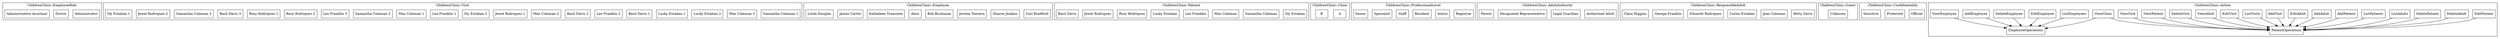
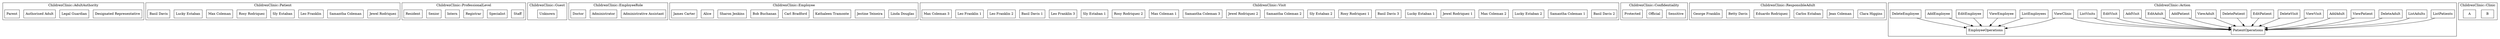
strict digraph {
	ordering="out"
	node[shape=box]
- 	subgraph "cluster_ChildrenClinic::EmployeeRole" {
- 		label="ChildrenClinic::EmployeeRole"
- 		"ChildrenClinic::EmployeeRole::\"Administrator\"" [label="Administrator"]
- 		"ChildrenClinic::EmployeeRole::\"Doctor\"" [label="Doctor"]
- 		"ChildrenClinic::EmployeeRole::\"Administrative Assistant\"" [label="Administrative Assistant"]
- 	}
- 	subgraph "cluster_ChildrenClinic::Visit" {
- 		label="ChildrenClinic::Visit"
- 		"ChildrenClinic::Visit::\"Samantha Coleman 1\"" [label="Samantha Coleman 1"]
- 		"ChildrenClinic::Visit::\"Max Coleman 3\"" [label="Max Coleman 3"]
- 		"ChildrenClinic::Visit::\"Lucky Estaban 2\"" [label="Lucky Estaban 2"]
- 		"ChildrenClinic::Visit::\"Lucky Estaban 1\"" [label="Lucky Estaban 1"]
- 		"ChildrenClinic::Visit::\"Basil Davis 1\"" [label="Basil Davis 1"]
- 		"ChildrenClinic::Visit::\"Leo Franklin 2\"" [label="Leo Franklin 2"]
- 		"ChildrenClinic::Visit::\"Basil Davis 2\"" [label="Basil Davis 2"]
- 		"ChildrenClinic::Visit::\"Max Coleman 2\"" [label="Max Coleman 2"]
- 		"ChildrenClinic::Visit::\"Jewel Rodriquez 1\"" [label="Jewel Rodriquez 1"]
- 		"ChildrenClinic::Visit::\"Sly Estaban 2\"" [label="Sly Estaban 2"]
- 		"ChildrenClinic::Visit::\"Leo Franklin 1\"" [label="Leo Franklin 1"]
- 		"ChildrenClinic::Visit::\"Max Coleman 1\"" [label="Max Coleman 1"]
- 		"ChildrenClinic::Visit::\"Samantha Coleman 2\"" [label="Samantha Coleman 2"]
- 		"ChildrenClinic::Visit::\"Leo Franklin 3\"" [label="Leo Franklin 3"]
- 		"ChildrenClinic::Visit::\"Rosy Rodriquez 2\"" [label="Rosy Rodriquez 2"]
- 		"ChildrenClinic::Visit::\"Rosy Rodriquez 1\"" [label="Rosy Rodriquez 1"]
- 		"ChildrenClinic::Visit::\"Basil Davis 3\"" [label="Basil Davis 3"]
- 		"ChildrenClinic::Visit::\"Samantha Coleman 3\"" [label="Samantha Coleman 3"]
- 		"ChildrenClinic::Visit::\"Jewel Rodriquez 2\"" [label="Jewel Rodriquez 2"]
- 		"ChildrenClinic::Visit::\"Sly Estaban 1\"" [label="Sly Estaban 1"]
- 	}
- 	subgraph "cluster_ChildrenClinic::Employee" {
- 		label="ChildrenClinic::Employee"
- 		"ChildrenClinic::Employee::\"Carl Bradford\"" [label="Carl Bradford"]
- 		"ChildrenClinic::Employee::\"Sharon Jenkins\"" [label="Sharon Jenkins"]
- 		"ChildrenClinic::Employee::\"Jestine Teixeira\"" [label="Jestine Teixeira"]
- 		"ChildrenClinic::Employee::\"Bob Buchanan\"" [label="Bob Buchanan"]
- 		"ChildrenClinic::Employee::\"Alice\"" [label="Alice"]
- 		"ChildrenClinic::Employee::\"Kathaleen Tramonte\"" [label="Kathaleen Tramonte"]
- 		"ChildrenClinic::Employee::\"James Carter\"" [label="James Carter"]
- 		"ChildrenClinic::Employee::\"Linda Douglas\"" [label="Linda Douglas"]
+ 	subgraph "cluster_ChildrenClinic::AdultAuthority" {
+ 		label="ChildrenClinic::AdultAuthority"
+ 		"ChildrenClinic::AdultAuthority::\"Designated Representative\"" [label="Designated Representative"]
+ 		"ChildrenClinic::AdultAuthority::\"Legal Guardian\"" [label="Legal Guardian"]
+ 		"ChildrenClinic::AdultAuthority::\"Authorised Adult\"" [label="Authorised Adult"]
+ 		"ChildrenClinic::AdultAuthority::\"Parent\"" [label="Parent"]
	}
	subgraph "cluster_ChildrenClinic::Patient" {
		label="ChildrenClinic::Patient"
+ 		"ChildrenClinic::Patient::\"Jewel Rodriquez\"" [label="Jewel Rodriquez"]
+ 		"ChildrenClinic::Patient::\"Samantha Coleman\"" [label="Samantha Coleman"]
+ 		"ChildrenClinic::Patient::\"Leo Franklin\"" [label="Leo Franklin"]
		"ChildrenClinic::Patient::\"Sly Estaban\"" [label="Sly Estaban"]
- 		"ChildrenClinic::Patient::\"Samantha Coleman\"" [label="Samantha Coleman"]
+ 		"ChildrenClinic::Patient::\"Rosy Rodriquez\"" [label="Rosy Rodriquez"]
		"ChildrenClinic::Patient::\"Max Coleman\"" [label="Max Coleman"]
- 		"ChildrenClinic::Patient::\"Leo Franklin\"" [label="Leo Franklin"]
		"ChildrenClinic::Patient::\"Lucky Estaban\"" [label="Lucky Estaban"]
- 		"ChildrenClinic::Patient::\"Rosy Rodriquez\"" [label="Rosy Rodriquez"]
- 		"ChildrenClinic::Patient::\"Jewel Rodriquez\"" [label="Jewel Rodriquez"]
		"ChildrenClinic::Patient::\"Basil Davis\"" [label="Basil Davis"]
- 	}
- 	subgraph "cluster_ChildrenClinic::Clinic" {
- 		label="ChildrenClinic::Clinic"
- 		"ChildrenClinic::Clinic::\"A\"" [label="A"]
- 		"ChildrenClinic::Clinic::\"B\"" [label="B"]
	}
	subgraph "cluster_ChildrenClinic::ProfessionalLevel" {
		label="ChildrenClinic::ProfessionalLevel"
+ 		"ChildrenClinic::ProfessionalLevel::\"Staff\"" [label="Staff"]
+ 		"ChildrenClinic::ProfessionalLevel::\"Specialist\"" [label="Specialist"]
		"ChildrenClinic::ProfessionalLevel::\"Registrar\"" [label="Registrar"]
		"ChildrenClinic::ProfessionalLevel::\"Intern\"" [label="Intern"]
+ 		"ChildrenClinic::ProfessionalLevel::\"Senior\"" [label="Senior"]
		"ChildrenClinic::ProfessionalLevel::\"Resident\"" [label="Resident"]
- 		"ChildrenClinic::ProfessionalLevel::\"Staff\"" [label="Staff"]
- 		"ChildrenClinic::ProfessionalLevel::\"Specialist\"" [label="Specialist"]
- 		"ChildrenClinic::ProfessionalLevel::\"Senior\"" [label="Senior"]
- 	}
- 	subgraph "cluster_ChildrenClinic::AdultAuthority" {
- 		label="ChildrenClinic::AdultAuthority"
- 		"ChildrenClinic::AdultAuthority::\"Authorised Adult\"" [label="Authorised Adult"]
- 		"ChildrenClinic::AdultAuthority::\"Legal Guardian\"" [label="Legal Guardian"]
- 		"ChildrenClinic::AdultAuthority::\"Designated Representative\"" [label="Designated Representative"]
- 		"ChildrenClinic::AdultAuthority::\"Parent\"" [label="Parent"]
- 	}
- 	subgraph "cluster_ChildrenClinic::ResponsibleAdult" {
- 		label="ChildrenClinic::ResponsibleAdult"
- 		"ChildrenClinic::ResponsibleAdult::\"Betty Davis\"" [label="Betty Davis"]
- 		"ChildrenClinic::ResponsibleAdult::\"Jean Coleman\"" [label="Jean Coleman"]
- 		"ChildrenClinic::ResponsibleAdult::\"Carlos Estaban\"" [label="Carlos Estaban"]
- 		"ChildrenClinic::ResponsibleAdult::\"Eduardo Rodriquez\"" [label="Eduardo Rodriquez"]
- 		"ChildrenClinic::ResponsibleAdult::\"George Franklin\"" [label="George Franklin"]
- 		"ChildrenClinic::ResponsibleAdult::\"Clara Higgins\"" [label="Clara Higgins"]
	}
	subgraph "cluster_ChildrenClinic::Guest" {
		label="ChildrenClinic::Guest"
		"ChildrenClinic::Guest::\"Unknown\"" [label="Unknown"]
	}
+ 	subgraph "cluster_ChildrenClinic::EmployeeRole" {
+ 		label="ChildrenClinic::EmployeeRole"
+ 		"ChildrenClinic::EmployeeRole::\"Administrative Assistant\"" [label="Administrative Assistant"]
+ 		"ChildrenClinic::EmployeeRole::\"Administrator\"" [label="Administrator"]
+ 		"ChildrenClinic::EmployeeRole::\"Doctor\"" [label="Doctor"]
+ 	}
+ 	subgraph "cluster_ChildrenClinic::Employee" {
+ 		label="ChildrenClinic::Employee"
+ 		"ChildrenClinic::Employee::\"Linda Douglas\"" [label="Linda Douglas"]
+ 		"ChildrenClinic::Employee::\"Jestine Teixeira\"" [label="Jestine Teixeira"]
+ 		"ChildrenClinic::Employee::\"Kathaleen Tramonte\"" [label="Kathaleen Tramonte"]
+ 		"ChildrenClinic::Employee::\"Carl Bradford\"" [label="Carl Bradford"]
+ 		"ChildrenClinic::Employee::\"Bob Buchanan\"" [label="Bob Buchanan"]
+ 		"ChildrenClinic::Employee::\"Sharon Jenkins\"" [label="Sharon Jenkins"]
+ 		"ChildrenClinic::Employee::\"Alice\"" [label="Alice"]
+ 		"ChildrenClinic::Employee::\"James Carter\"" [label="James Carter"]
+ 	}
+ 	subgraph "cluster_ChildrenClinic::Visit" {
+ 		label="ChildrenClinic::Visit"
+ 		"ChildrenClinic::Visit::\"Basil Davis 2\"" [label="Basil Davis 2"]
+ 		"ChildrenClinic::Visit::\"Samantha Coleman 1\"" [label="Samantha Coleman 1"]
+ 		"ChildrenClinic::Visit::\"Lucky Estaban 2\"" [label="Lucky Estaban 2"]
+ 		"ChildrenClinic::Visit::\"Max Coleman 2\"" [label="Max Coleman 2"]
+ 		"ChildrenClinic::Visit::\"Jewel Rodriquez 1\"" [label="Jewel Rodriquez 1"]
+ 		"ChildrenClinic::Visit::\"Lucky Estaban 1\"" [label="Lucky Estaban 1"]
+ 		"ChildrenClinic::Visit::\"Basil Davis 3\"" [label="Basil Davis 3"]
+ 		"ChildrenClinic::Visit::\"Rosy Rodriquez 1\"" [label="Rosy Rodriquez 1"]
+ 		"ChildrenClinic::Visit::\"Sly Estaban 2\"" [label="Sly Estaban 2"]
+ 		"ChildrenClinic::Visit::\"Samantha Coleman 2\"" [label="Samantha Coleman 2"]
+ 		"ChildrenClinic::Visit::\"Jewel Rodriquez 2\"" [label="Jewel Rodriquez 2"]
+ 		"ChildrenClinic::Visit::\"Samantha Coleman 3\"" [label="Samantha Coleman 3"]
+ 		"ChildrenClinic::Visit::\"Max Coleman 1\"" [label="Max Coleman 1"]
+ 		"ChildrenClinic::Visit::\"Rosy Rodriquez 2\"" [label="Rosy Rodriquez 2"]
+ 		"ChildrenClinic::Visit::\"Sly Estaban 1\"" [label="Sly Estaban 1"]
+ 		"ChildrenClinic::Visit::\"Leo Franklin 3\"" [label="Leo Franklin 3"]
+ 		"ChildrenClinic::Visit::\"Basil Davis 1\"" [label="Basil Davis 1"]
+ 		"ChildrenClinic::Visit::\"Leo Franklin 2\"" [label="Leo Franklin 2"]
+ 		"ChildrenClinic::Visit::\"Leo Franklin 1\"" [label="Leo Franklin 1"]
+ 		"ChildrenClinic::Visit::\"Max Coleman 3\"" [label="Max Coleman 3"]
+ 	}
	subgraph "cluster_ChildrenClinic::Confidentiality" {
		label="ChildrenClinic::Confidentiality"
+ 		"ChildrenClinic::Confidentiality::\"Sensitive\"" [label="Sensitive"]
		"ChildrenClinic::Confidentiality::\"Official\"" [label="Official"]
		"ChildrenClinic::Confidentiality::\"Protected\"" [label="Protected"]
- 		"ChildrenClinic::Confidentiality::\"Sensitive\"" [label="Sensitive"]
+ 	}
+ 	subgraph "cluster_ChildrenClinic::ResponsibleAdult" {
+ 		label="ChildrenClinic::ResponsibleAdult"
+ 		"ChildrenClinic::ResponsibleAdult::\"Clara Higgins\"" [label="Clara Higgins"]
+ 		"ChildrenClinic::ResponsibleAdult::\"Jean Coleman\"" [label="Jean Coleman"]
+ 		"ChildrenClinic::ResponsibleAdult::\"Carlos Estaban\"" [label="Carlos Estaban"]
+ 		"ChildrenClinic::ResponsibleAdult::\"Eduardo Rodriquez\"" [label="Eduardo Rodriquez"]
+ 		"ChildrenClinic::ResponsibleAdult::\"Betty Davis\"" [label="Betty Davis"]
+ 		"ChildrenClinic::ResponsibleAdult::\"George Franklin\"" [label="George Franklin"]
	}
	subgraph "cluster_ChildrenClinic::Action" {
		label="ChildrenClinic::Action"
+ 		"ChildrenClinic::Action::\"ListPatients\"" [label="ListPatients"]
+ 		"ChildrenClinic::Action::\"ListEmployees\"" [label="ListEmployees"]
+ 		"ChildrenClinic::Action::\"EmployeeOperations\"" [label="EmployeeOperations"]
+ 		"ChildrenClinic::Action::\"ViewClinic\"" [label="ViewClinic"]
+ 		"ChildrenClinic::Action::\"ViewEmployee\"" [label="ViewEmployee"]
+ 		"ChildrenClinic::Action::\"ListAdults\"" [label="ListAdults"]
+ 		"ChildrenClinic::Action::\"DeleteAdult\"" [label="DeleteAdult"]
+ 		"ChildrenClinic::Action::\"PatientOperations\"" [label="PatientOperations"]
+ 		"ChildrenClinic::Action::\"ViewPatient\"" [label="ViewPatient"]
+ 		"ChildrenClinic::Action::\"AddAdult\"" [label="AddAdult"]
+ 		"ChildrenClinic::Action::\"ViewVisit\"" [label="ViewVisit"]
+ 		"ChildrenClinic::Action::\"EditEmployee\"" [label="EditEmployee"]
+ 		"ChildrenClinic::Action::\"DeleteVisit\"" [label="DeleteVisit"]
+ 		"ChildrenClinic::Action::\"AddEmployee\"" [label="AddEmployee"]
+ 		"ChildrenClinic::Action::\"DeleteEmployee\"" [label="DeleteEmployee"]
		"ChildrenClinic::Action::\"EditPatient\"" [label="EditPatient"]
- 		"ChildrenClinic::Action::\"ListEmployees\"" [label="ListEmployees"]
- 		"ChildrenClinic::Action::\"EditEmployee\"" [label="EditEmployee"]
- 		"ChildrenClinic::Action::\"DeleteAdult\"" [label="DeleteAdult"]
- 		"ChildrenClinic::Action::\"DeleteEmployee\"" [label="DeleteEmployee"]
		"ChildrenClinic::Action::\"DeletePatient\"" [label="DeletePatient"]
- 		"ChildrenClinic::Action::\"ListAdults\"" [label="ListAdults"]
- 		"ChildrenClinic::Action::\"PatientOperations\"" [label="PatientOperations"]
- 		"ChildrenClinic::Action::\"ListPatients\"" [label="ListPatients"]
+ 		"ChildrenClinic::Action::\"ViewAdult\"" [label="ViewAdult"]
		"ChildrenClinic::Action::\"AddPatient\"" [label="AddPatient"]
- 		"ChildrenClinic::Action::\"AddAdult\"" [label="AddAdult"]
- 		"ChildrenClinic::Action::\"ViewClinic\"" [label="ViewClinic"]
- 		"ChildrenClinic::Action::\"AddEmployee\"" [label="AddEmployee"]
		"ChildrenClinic::Action::\"EditAdult\"" [label="EditAdult"]
		"ChildrenClinic::Action::\"AddVisit\"" [label="AddVisit"]
+ 		"ChildrenClinic::Action::\"EditVisit\"" [label="EditVisit"]
		"ChildrenClinic::Action::\"ListVisits\"" [label="ListVisits"]
- 		"ChildrenClinic::Action::\"EditVisit\"" [label="EditVisit"]
- 		"ChildrenClinic::Action::\"ViewEmployee\"" [label="ViewEmployee"]
- 		"ChildrenClinic::Action::\"ViewAdult\"" [label="ViewAdult"]
- 		"ChildrenClinic::Action::\"DeleteVisit\"" [label="DeleteVisit"]
- 		"ChildrenClinic::Action::\"ViewPatient\"" [label="ViewPatient"]
- 		"ChildrenClinic::Action::\"EmployeeOperations\"" [label="EmployeeOperations"]
- 		"ChildrenClinic::Action::\"ViewVisit\"" [label="ViewVisit"]
	}
- 	"ChildrenClinic::Action::\"EditPatient\"" -> "ChildrenClinic::Action::\"PatientOperations\""
+ 	subgraph "cluster_ChildrenClinic::Clinic" {
+ 		label="ChildrenClinic::Clinic"
+ 		"ChildrenClinic::Clinic::\"B\"" [label="B"]
+ 		"ChildrenClinic::Clinic::\"A\"" [label="A"]
+ 	}
+ 	"ChildrenClinic::Action::\"ListPatients\"" -> "ChildrenClinic::Action::\"PatientOperations\""
	"ChildrenClinic::Action::\"ListEmployees\"" -> "ChildrenClinic::Action::\"EmployeeOperations\""
- 	"ChildrenClinic::Action::\"EditEmployee\"" -> "ChildrenClinic::Action::\"EmployeeOperations\""
- 	"ChildrenClinic::Action::\"DeleteAdult\"" -> "ChildrenClinic::Action::\"PatientOperations\""
- 	"ChildrenClinic::Action::\"DeleteEmployee\"" -> "ChildrenClinic::Action::\"EmployeeOperations\""
- 	"ChildrenClinic::Action::\"DeletePatient\"" -> "ChildrenClinic::Action::\"PatientOperations\""
- 	"ChildrenClinic::Action::\"ListAdults\"" -> "ChildrenClinic::Action::\"PatientOperations\""
- 	"ChildrenClinic::Action::\"ListPatients\"" -> "ChildrenClinic::Action::\"PatientOperations\""
- 	"ChildrenClinic::Action::\"AddPatient\"" -> "ChildrenClinic::Action::\"PatientOperations\""
- 	"ChildrenClinic::Action::\"AddAdult\"" -> "ChildrenClinic::Action::\"PatientOperations\""
	"ChildrenClinic::Action::\"ViewClinic\"" -> "ChildrenClinic::Action::\"EmployeeOperations\""
	"ChildrenClinic::Action::\"ViewClinic\"" -> "ChildrenClinic::Action::\"PatientOperations\""
+ 	"ChildrenClinic::Action::\"ViewEmployee\"" -> "ChildrenClinic::Action::\"EmployeeOperations\""
+ 	"ChildrenClinic::Action::\"ListAdults\"" -> "ChildrenClinic::Action::\"PatientOperations\""
+ 	"ChildrenClinic::Action::\"DeleteAdult\"" -> "ChildrenClinic::Action::\"PatientOperations\""
+ 	"ChildrenClinic::Action::\"ViewPatient\"" -> "ChildrenClinic::Action::\"PatientOperations\""
+ 	"ChildrenClinic::Action::\"AddAdult\"" -> "ChildrenClinic::Action::\"PatientOperations\""
+ 	"ChildrenClinic::Action::\"ViewVisit\"" -> "ChildrenClinic::Action::\"PatientOperations\""
+ 	"ChildrenClinic::Action::\"EditEmployee\"" -> "ChildrenClinic::Action::\"EmployeeOperations\""
+ 	"ChildrenClinic::Action::\"DeleteVisit\"" -> "ChildrenClinic::Action::\"PatientOperations\""
	"ChildrenClinic::Action::\"AddEmployee\"" -> "ChildrenClinic::Action::\"EmployeeOperations\""
+ 	"ChildrenClinic::Action::\"DeleteEmployee\"" -> "ChildrenClinic::Action::\"EmployeeOperations\""
+ 	"ChildrenClinic::Action::\"EditPatient\"" -> "ChildrenClinic::Action::\"PatientOperations\""
+ 	"ChildrenClinic::Action::\"DeletePatient\"" -> "ChildrenClinic::Action::\"PatientOperations\""
+ 	"ChildrenClinic::Action::\"ViewAdult\"" -> "ChildrenClinic::Action::\"PatientOperations\""
+ 	"ChildrenClinic::Action::\"AddPatient\"" -> "ChildrenClinic::Action::\"PatientOperations\""
	"ChildrenClinic::Action::\"EditAdult\"" -> "ChildrenClinic::Action::\"PatientOperations\""
	"ChildrenClinic::Action::\"AddVisit\"" -> "ChildrenClinic::Action::\"PatientOperations\""
+ 	"ChildrenClinic::Action::\"EditVisit\"" -> "ChildrenClinic::Action::\"PatientOperations\""
	"ChildrenClinic::Action::\"ListVisits\"" -> "ChildrenClinic::Action::\"PatientOperations\""
- 	"ChildrenClinic::Action::\"EditVisit\"" -> "ChildrenClinic::Action::\"PatientOperations\""
- 	"ChildrenClinic::Action::\"ViewEmployee\"" -> "ChildrenClinic::Action::\"EmployeeOperations\""
- 	"ChildrenClinic::Action::\"ViewAdult\"" -> "ChildrenClinic::Action::\"PatientOperations\""
- 	"ChildrenClinic::Action::\"DeleteVisit\"" -> "ChildrenClinic::Action::\"PatientOperations\""
- 	"ChildrenClinic::Action::\"ViewPatient\"" -> "ChildrenClinic::Action::\"PatientOperations\""
- 	"ChildrenClinic::Action::\"ViewVisit\"" -> "ChildrenClinic::Action::\"PatientOperations\""
}

